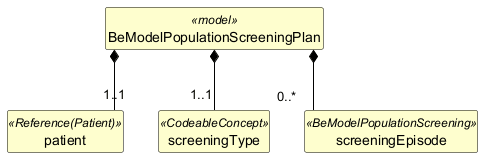
caresets/caresets-src keeps this PlantUML diagram as exports/diagrams/BeModelPopulationScreeningPlan-uml.png. Above is the earlier version.
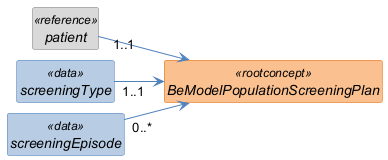
Above is the later version.

The edit, as a diff of the source:
```diff
@@ -1,30 +1,37 @@
 @startuml
+left to right direction
 skinparam shadowing false
+skinparam nodesep 10
+skinparam ranksep 40
 skinparam classAttributeIconSize 0
-skinparam linetype ortho
 skinparam class {
-  BackgroundColor #FEFECE
-  BorderColor #000000
-  ArrowColor #000000
-  FontStyle bold
-  AttributeFontStyle normal
+  FontStyle italic
+  BackgroundColor<<rootconcept>> #FAC08F
+  BorderColor<<rootconcept>> #E36C0A
+  BackgroundColor<<data>> #B8CCE4
+  BorderColor<<data>> #4F81BD
+  BackgroundColor<<reference>> #D9D9D9
+  BorderColor<<reference>> #808080
+  BackgroundColor<<value set>> #C3D69B
+  BorderColor<<value set>> #77933C
+  ArrowColor #4F81BD
 }
 hide circle
 hide empty members
 
-class "BeModelPopulationScreeningPlan" as BeModelPopulationScreeningPlan <<model>> {
+class "BeModelPopulationScreeningPlan" as BeModelPopulationScreeningPlan <<rootconcept>> {
 }
 
-class "patient" as BeModelPopulationScreeningPlan_patient <<Reference(Patient)>> {
+class "patient" as BeModelPopulationScreeningPlan_patient <<reference>> {
 }
 
-class "screeningType" as BeModelPopulationScreeningPlan_screeningType <<CodeableConcept>> {
+class "screeningType" as BeModelPopulationScreeningPlan_screeningType <<data>> {
 }
 
-class "screeningEpisode" as BeModelPopulationScreeningPlan_screeningEpisode <<BeModelPopulationScreening>> {
+class "screeningEpisode" as BeModelPopulationScreeningPlan_screeningEpisode <<data>> {
 }
 
-BeModelPopulationScreeningPlan *-- "1..1" BeModelPopulationScreeningPlan_patient
-BeModelPopulationScreeningPlan *-- "1..1" BeModelPopulationScreeningPlan_screeningType
-BeModelPopulationScreeningPlan *-- "0..*" BeModelPopulationScreeningPlan_screeningEpisode
+BeModelPopulationScreeningPlan_patient "1..1" --> BeModelPopulationScreeningPlan
+BeModelPopulationScreeningPlan_screeningType "1..1" --> BeModelPopulationScreeningPlan
+BeModelPopulationScreeningPlan_screeningEpisode "0..*" --> BeModelPopulationScreeningPlan
 @enduml
```
